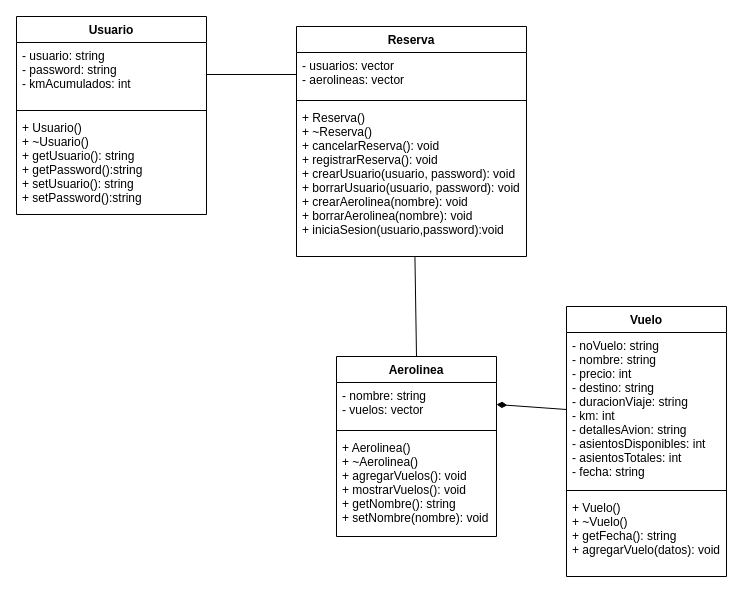
The draw.io diagram Proyecto/diagrama.drawio in AlexaBF/OOP, before the edit. Source tidied: cells renumbered, new cells numbered last; positions are measured from the earlier drawing's top-left corner, leaving out a move shared by most shapes. Both pictures are drawn from the tidied source at 100%, with x=0, y=0 at pixel (16, 16).
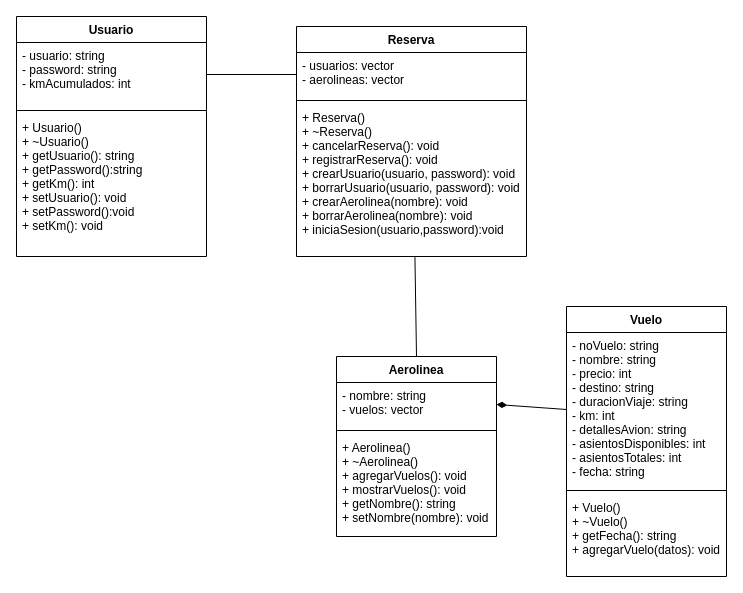
The same diagram, later.

Change to the diagram source:
```diff
@@
     <mxCell id="2" value="Usuario" style="swimlane;fontStyle=1;align=center;verticalAlign=top;horizontal=1;startSize=26;" parent="1" vertex="1">
-      <mxGeometry width="190" height="198" as="geometry" />
+      <mxGeometry width="190" height="240" as="geometry" />
     </mxCell>
@@
-    <mxCell id="5" value="+ Usuario()&#10;+ ~Usuario()&#10;+ getUsuario(): string&#10;+ getPassword():string&#10;+ setUsuario(): string&#10;+ setPassword():string" style="text;strokeColor=none;fillColor=none;align=left;verticalAlign=top;spacingLeft=4;spacingRight=4;overflow=hidden;" parent="2" vertex="1">
-      <mxGeometry y="98" width="190" height="100" as="geometry" />
+    <mxCell id="5" value="+ Usuario()&#10;+ ~Usuario()&#10;+ getUsuario(): string&#10;+ getPassword():string&#10;+ getKm(): int&#10;+ setUsuario(): void&#10;+ setPassword():void&#10;+ setKm(): void" style="text;strokeColor=none;fillColor=none;align=left;verticalAlign=top;spacingLeft=4;spacingRight=4;overflow=hidden;" parent="2" vertex="1">
+      <mxGeometry y="98" width="190" height="142" as="geometry" />
     </mxCell>
```
